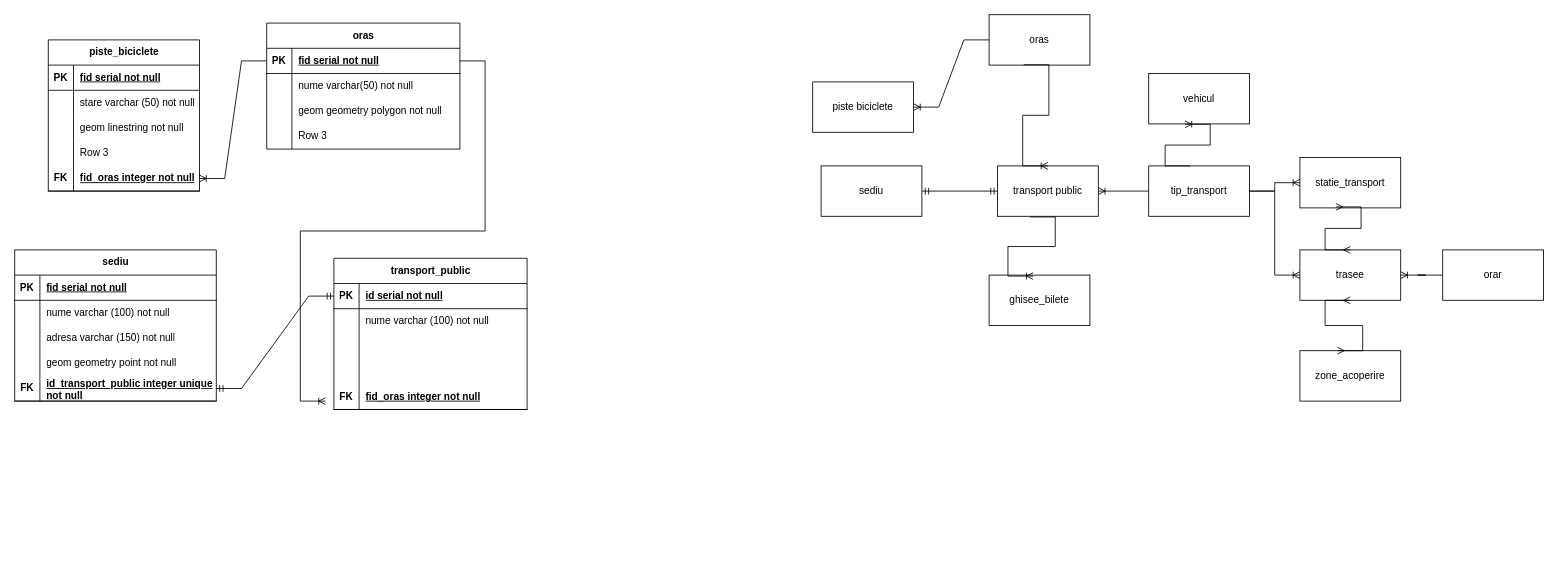
The draw.io diagram examen3.drawio in AndreeaPatrauvt/db1project, before the edit. Source tidied: cells renumbered, new cells numbered last; positions are measured from the earlier drawing's top-left corner, leaving out a move shared by most shapes. Both pictures are drawn from the tidied source at 84%, with x=0, y=0 at pixel (14, 14).
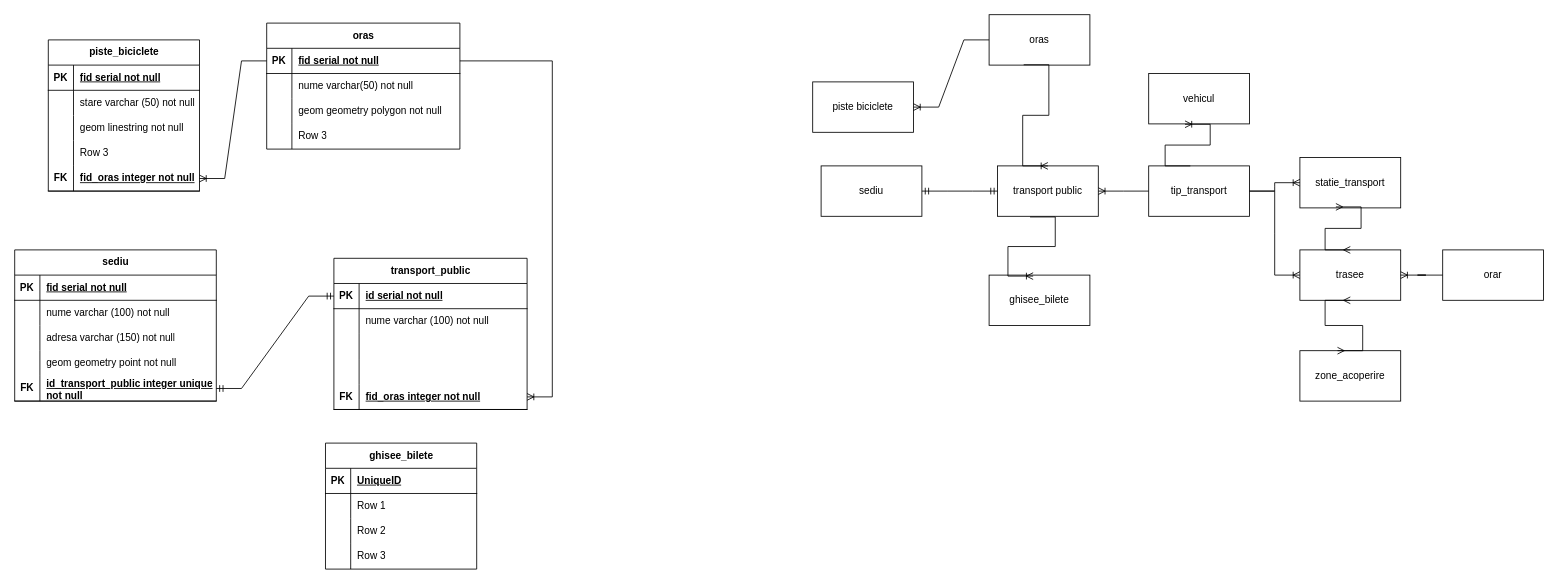
After the change.

The change refers to these unchanged cells:
```xml
<mxCell id="25" style="shape=tableRow;horizontal=0;startSize=0;swimlaneHead=0;swimlaneBody=0;fillColor=none;points=[[0,0.5],[1,0.5]];portConstraint=eastwest;top=0;left=0;right=0;bottom=1;" parent="24" vertex="1">
  <mxGeometry y="30" width="230" height="30" as="geometry" />
</mxCell>
<mxCell id="67" style="shape=tableRow;horizontal=0;startSize=0;swimlaneHead=0;swimlaneBody=0;fillColor=none;points=[[0,0.5],[1,0.5]];portConstraint=eastwest;top=0;left=0;right=0;bottom=1;" parent="54" vertex="1">
  <mxGeometry y="150" width="230" height="30" as="geometry" />
</mxCell>
```

The edit, as a diff of the source:
```diff
@@
-    <mxCell id="70" style="edgeStyle=entityRelationEdgeStyle;fontSize=12;html=1;endArrow=ERoneToMany;rounded=0;" parent="1" edge="1" source="25">
-      <mxGeometry relative="1" as="geometry">
-        <mxPoint x="370" y="460" as="targetPoint" />
-      </mxGeometry>
+    <mxCell id="70" style="edgeStyle=entityRelationEdgeStyle;fontSize=12;html=1;endArrow=ERoneToMany;rounded=0;" parent="1" edge="1" source="25" target="67">
+      <mxGeometry relative="1" as="geometry" />
     </mxCell>
@@
+    <mxCell id="88" value="ghisee_bilete" style="shape=table;startSize=30;childLayout=tableLayout;rowLines=0;fontStyle=1;align=center;html=1;" parent="1" vertex="1">
+      <mxGeometry x="370" y="510" width="180" height="150" as="geometry" />
+    </mxCell>
+    <mxCell id="89" style="shape=tableRow;horizontal=0;startSize=0;swimlaneHead=0;swimlaneBody=0;fillColor=none;top=0;left=0;right=0;bottom=1;" parent="88" vertex="1">
+      <mxGeometry y="30" width="180" height="30" as="geometry" />
+    </mxCell>
+    <mxCell id="90" value="PK" style="shape=partialRectangle;fillColor=none;top=0;left=0;bottom=0;right=0;fontStyle=1;overflow=hidden;whiteSpace=wrap;html=1;" parent="89" vertex="1">
+      <mxGeometry width="30" height="30" as="geometry" />
+    </mxCell>
+    <mxCell id="91" value="UniqueID" style="shape=partialRectangle;fillColor=none;top=0;left=0;bottom=0;right=0;align=left;spacingLeft=6;fontStyle=5;overflow=hidden;whiteSpace=wrap;html=1;" parent="89" vertex="1">
+      <mxGeometry x="30" width="150" height="30" as="geometry" />
+    </mxCell>
+    <mxCell id="92" style="shape=tableRow;horizontal=0;startSize=0;swimlaneHead=0;swimlaneBody=0;fillColor=none;top=0;left=0;right=0;bottom=0;" parent="88" vertex="1">
+      <mxGeometry y="60" width="180" height="30" as="geometry" />
+    </mxCell>
+    <mxCell id="93" style="shape=partialRectangle;fillColor=none;top=0;left=0;bottom=0;right=0;overflow=hidden;whiteSpace=wrap;html=1;" parent="92" vertex="1">
+      <mxGeometry width="30" height="30" as="geometry" />
+    </mxCell>
+    <mxCell id="94" value="Row 1" style="shape=partialRectangle;fillColor=none;top=0;left=0;bottom=0;right=0;align=left;spacingLeft=6;overflow=hidden;whiteSpace=wrap;html=1;" parent="92" vertex="1">
+      <mxGeometry x="30" width="150" height="30" as="geometry" />
+    </mxCell>
+    <mxCell id="95" style="shape=tableRow;horizontal=0;startSize=0;swimlaneHead=0;swimlaneBody=0;fillColor=none;top=0;left=0;right=0;bottom=0;" parent="88" vertex="1">
+      <mxGeometry y="90" width="180" height="30" as="geometry" />
+    </mxCell>
+    <mxCell id="96" style="shape=partialRectangle;fillColor=none;top=0;left=0;bottom=0;right=0;overflow=hidden;whiteSpace=wrap;html=1;" parent="95" vertex="1">
+      <mxGeometry width="30" height="30" as="geometry" />
+    </mxCell>
+    <mxCell id="97" value="Row 2" style="shape=partialRectangle;fillColor=none;top=0;left=0;bottom=0;right=0;align=left;spacingLeft=6;overflow=hidden;whiteSpace=wrap;html=1;" parent="95" vertex="1">
+      <mxGeometry x="30" width="150" height="30" as="geometry" />
+    </mxCell>
+    <mxCell id="98" style="shape=tableRow;horizontal=0;startSize=0;swimlaneHead=0;swimlaneBody=0;fillColor=none;top=0;left=0;right=0;bottom=0;" parent="88" vertex="1">
+      <mxGeometry y="120" width="180" height="30" as="geometry" />
+    </mxCell>
+    <mxCell id="99" style="shape=partialRectangle;fillColor=none;top=0;left=0;bottom=0;right=0;overflow=hidden;whiteSpace=wrap;html=1;" parent="98" vertex="1">
+      <mxGeometry width="30" height="30" as="geometry" />
+    </mxCell>
+    <mxCell id="100" value="Row 3" style="shape=partialRectangle;fillColor=none;top=0;left=0;bottom=0;right=0;align=left;spacingLeft=6;overflow=hidden;whiteSpace=wrap;html=1;" parent="98" vertex="1">
+      <mxGeometry x="30" width="150" height="30" as="geometry" />
+    </mxCell>
```
